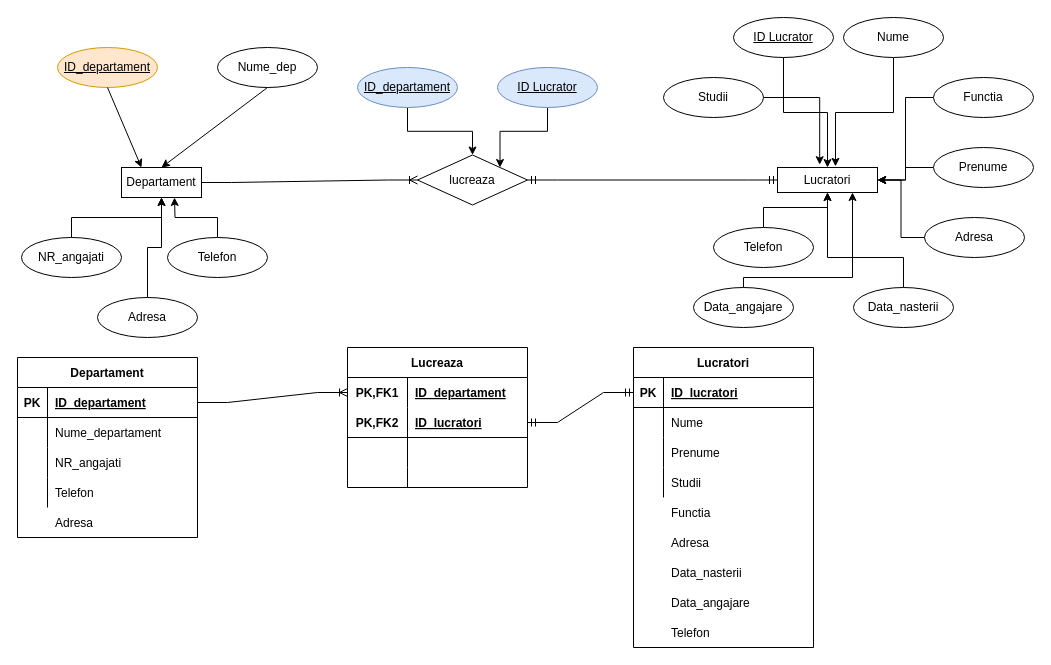
The draw.io diagram page "Page-1" (1 of 3) of Laboratorul1.drawio in dontu-costea/Baza-de-date, before the edit. Source tidied: cells renumbered, new cells numbered last; positions are measured from the earlier drawing's top-left corner, leaving out a move shared by most shapes. Both pictures are drawn from the tidied source at 100%, with x=0, y=0 at pixel (17, 17).
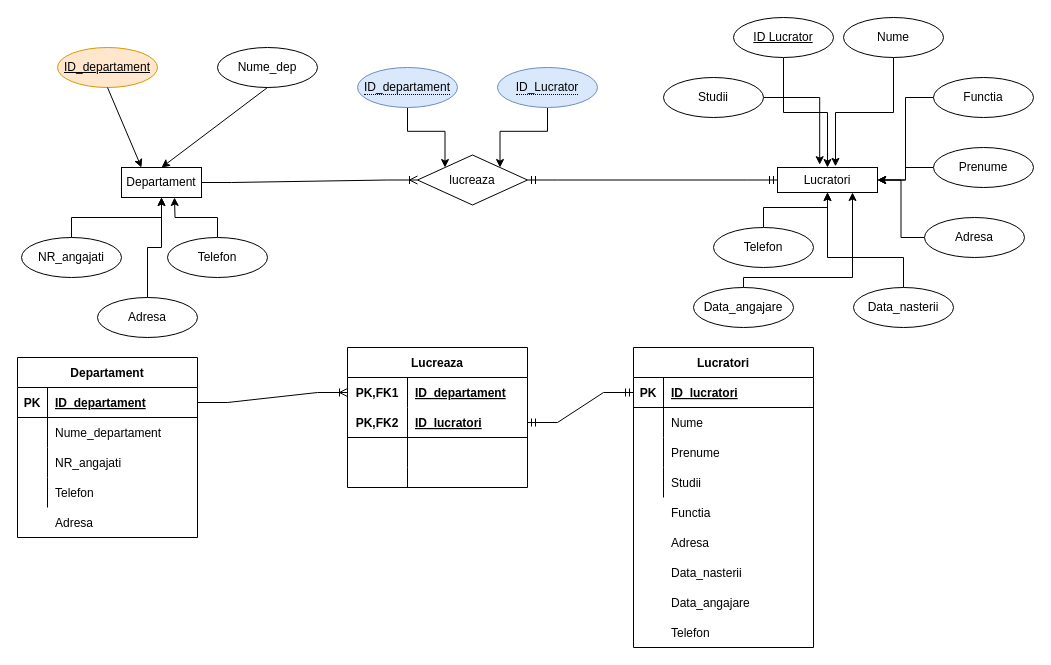
After the change.

Unchanged cells that the change refers to:
```xml
<mxCell id="3" value="lucreaza" style="rhombus;whiteSpace=wrap;html=1;" parent="1" vertex="1">
  <mxGeometry x="400" y="137.5" width="110" height="50" as="geometry" />
</mxCell>
```

The edit, as a diff of the source:
```diff
@@
-    <mxCell id="35" style="edgeStyle=orthogonalEdgeStyle;rounded=0;jettySize=auto;html=1;" parent="1" edge="1" source="36" target="3">
-      <mxGeometry relative="1" as="geometry" />
-    </mxCell>
-    <mxCell id="36" value="ID_departament" style="ellipse;whiteSpace=wrap;html=1;align=center;fontStyle=4;fillColor=#dae8fc;strokeColor=#6c8ebf;" parent="1" vertex="1">
-      <mxGeometry x="340" y="50" width="100" height="40" as="geometry" />
-    </mxCell>
-    <mxCell id="37" style="edgeStyle=orthogonalEdgeStyle;rounded=0;jettySize=auto;html=1;entryX=1;entryY=0;entryDx=0;entryDy=0;" parent="1" edge="1" source="38" target="3">
-      <mxGeometry relative="1" as="geometry" />
-    </mxCell>
-    <mxCell id="38" value="ID Lucrator" style="ellipse;whiteSpace=wrap;html=1;align=center;fontStyle=4;fillColor=#dae8fc;strokeColor=#6c8ebf;" parent="1" vertex="1">
-      <mxGeometry x="480" y="50" width="100" height="40" as="geometry" />
-    </mxCell>
@@
+    <mxCell id="35" style="edgeStyle=orthogonalEdgeStyle;rounded=0;jettySize=auto;html=1;entryX=0;entryY=0;entryDx=0;entryDy=0;" parent="1" edge="1" source="36" target="3">
+      <mxGeometry relative="1" as="geometry" />
+    </mxCell>
+    <mxCell id="36" value="&lt;span style=&quot;border-bottom: 1px dotted&quot;&gt;ID_departament&lt;/span&gt;" style="ellipse;whiteSpace=wrap;html=1;align=center;fillColor=#dae8fc;strokeColor=#6c8ebf;" parent="1" vertex="1">
+      <mxGeometry x="340" y="50" width="100" height="40" as="geometry" />
+    </mxCell>
+    <mxCell id="86" style="edgeStyle=orthogonalEdgeStyle;rounded=0;jettySize=auto;html=1;entryX=1;entryY=0;entryDx=0;entryDy=0;" parent="1" edge="1" source="87" target="3">
+      <mxGeometry relative="1" as="geometry" />
+    </mxCell>
+    <mxCell id="87" value="&lt;span style=&quot;border-bottom: 1px dotted&quot;&gt;ID_Lucrator&lt;/span&gt;" style="ellipse;whiteSpace=wrap;html=1;align=center;fillColor=#dae8fc;strokeColor=#6c8ebf;" parent="1" vertex="1">
+      <mxGeometry x="480" y="50" width="100" height="40" as="geometry" />
+    </mxCell>
```
